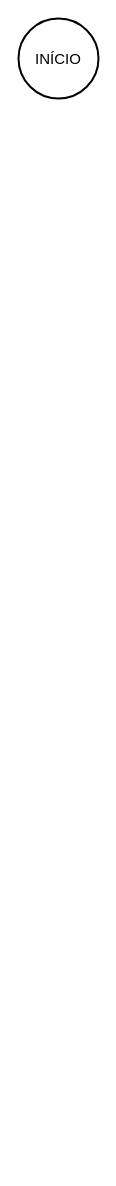
Before: Diagrama sem nome.drawio in By-The-Code/Ilha-Vostok, a draw.io diagram. Source tidied: cells renumbered, new cells numbered last; positions are measured from the earlier drawing's top-left corner, leaving out a move shared by most shapes. Both pictures are drawn from the tidied source at 100%, with x=0, y=0 at pixel (18, 18).
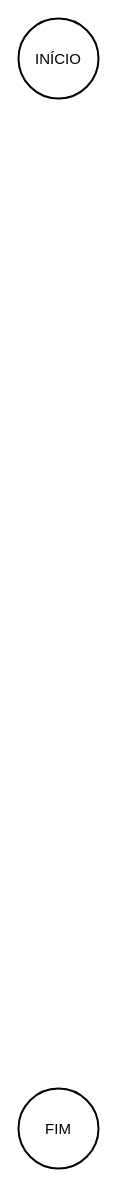
Above is the later version.

Diff of the diagram source:
```diff
@@
 <mxGraphModel>
   <root>
     <mxCell id="0" />
     <mxCell id="1" parent="0" />
     <mxCell id="2" value="&lt;span&gt;&lt;font style=&quot;font-size: 15px;&quot; face=&quot;Russo One&quot;&gt;INÍCIO&lt;/font&gt;&lt;/span&gt;" style="ellipse;whiteSpace=wrap;html=1;fontStyle=0;strokeWidth=2;" parent="1" vertex="1">
       <mxGeometry width="80" height="80" as="geometry" />
     </mxCell>
+    <mxCell id="3" value="&lt;span&gt;&lt;font style=&quot;font-size: 15px;&quot; face=&quot;Russo One&quot;&gt;FIM&lt;/font&gt;&lt;/span&gt;" style="ellipse;whiteSpace=wrap;html=1;fontStyle=0;strokeWidth=2;" parent="1" vertex="1">
+      <mxGeometry y="1070" width="80" height="80" as="geometry" />
+    </mxCell>
   </root>
 </mxGraphModel>
```
